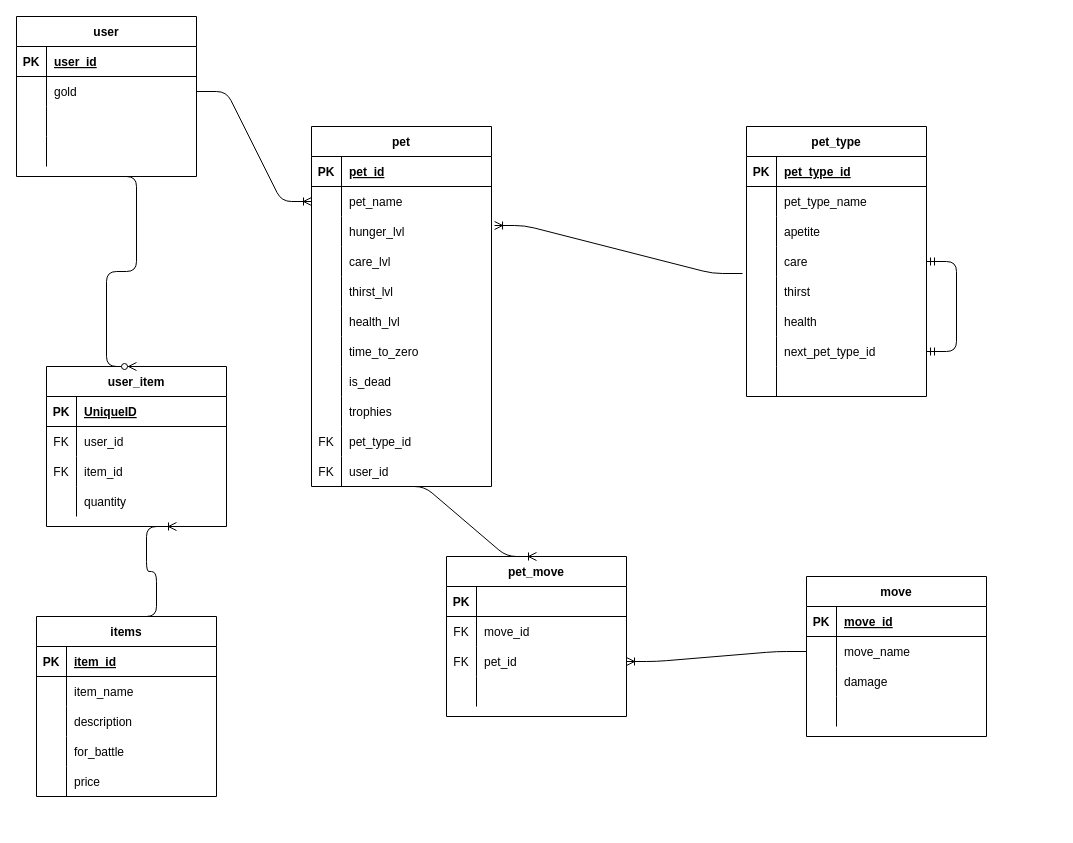
chinnep/DigiPets keeps this draw.io diagram as plan/schema-planning.drawio. Above is the earlier version. Source tidied: cells renumbered, new cells numbered last; positions are measured from the earlier drawing's top-left corner, leaving out a move shared by most shapes. Both pictures are drawn from the tidied source at 100%, with x=0, y=0 at pixel (16, 16).
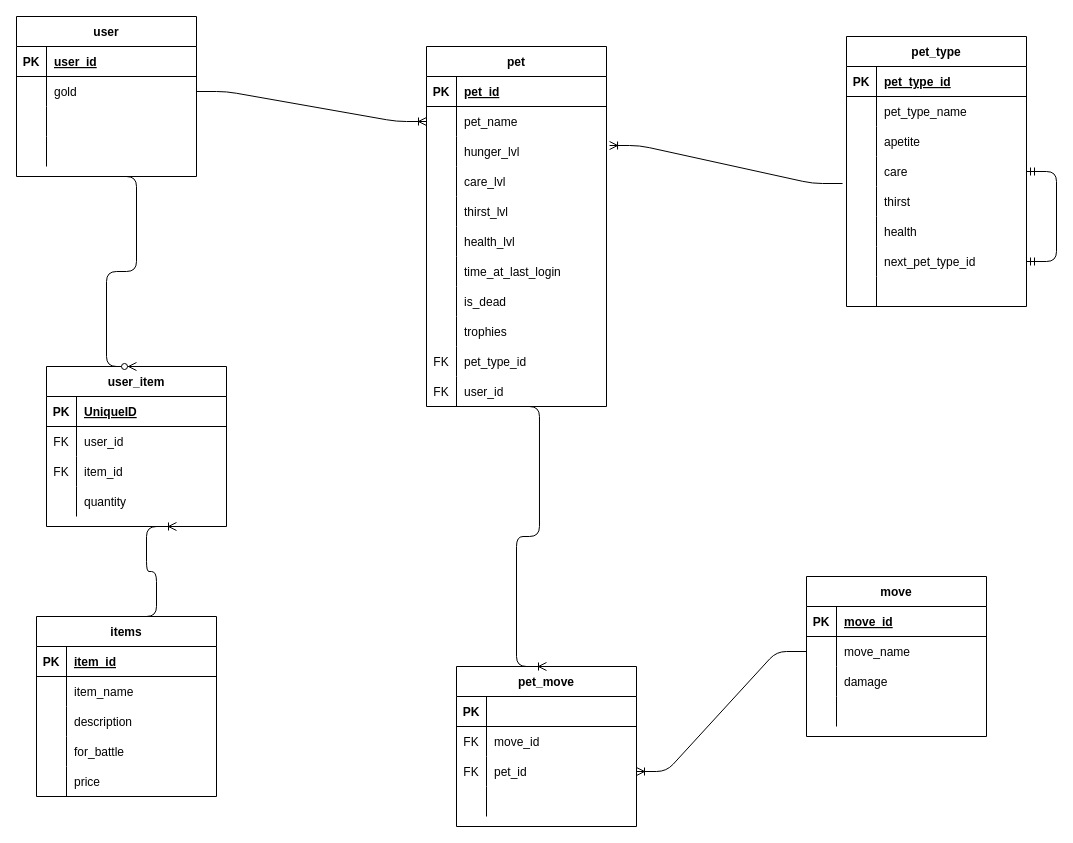
The same page after the edit.

Unchanged cells that the change refers to:
```xml
<mxCell id="21" style="shape=partialRectangle;fillColor=none;top=0;left=0;bottom=0;right=0;" parent="2" vertex="1">
  <mxGeometry y="210" width="180" height="30" as="geometry" />
</mxCell>
```

The edit, as a diff of the source:
```diff
@@
     <mxCell id="2" value="pet" style="shape=table;startSize=30;childLayout=tableLayout;rowLines=0;fontStyle=1;align=center;" parent="1" vertex="1">
-      <mxGeometry x="295" y="110" width="180" height="360" as="geometry" />
+      <mxGeometry x="410" y="30" width="180" height="360" as="geometry" />
     </mxCell>
@@
-    <mxCell id="23" value="time_to_zero" style="shape=partialRectangle;fillColor=none;top=0;left=0;bottom=0;right=0;align=left;spacingLeft=6;overflow=hidden;" parent="21" vertex="1">
-      <mxGeometry x="30" width="150" height="30" as="geometry" />
-    </mxCell>
+    <mxCell id="136" value="time_at_last_login" style="shape=partialRectangle;fillColor=none;top=0;left=0;bottom=0;right=0;align=left;spacingLeft=6;overflow=hidden;" parent="21" vertex="1">
+      <mxGeometry x="30" width="150" height="30" as="geometry" />
+    </mxCell>
@@
     <mxCell id="67" value="pet_type" style="shape=table;startSize=30;childLayout=tableLayout;rowLines=0;fontStyle=1;align=center;" parent="1" vertex="1">
-      <mxGeometry x="730" y="110" width="180" height="270" as="geometry" />
+      <mxGeometry x="830" y="20" width="180" height="270" as="geometry" />
     </mxCell>
@@
     <mxCell id="108" value="pet_move" style="shape=table;startSize=30;childLayout=tableLayout;rowLines=0;fontStyle=1;align=center;" parent="1" vertex="1">
-      <mxGeometry x="430" y="540" width="180" height="160" as="geometry" />
+      <mxGeometry x="440" y="650" width="180" height="160" as="geometry" />
     </mxCell>
```
